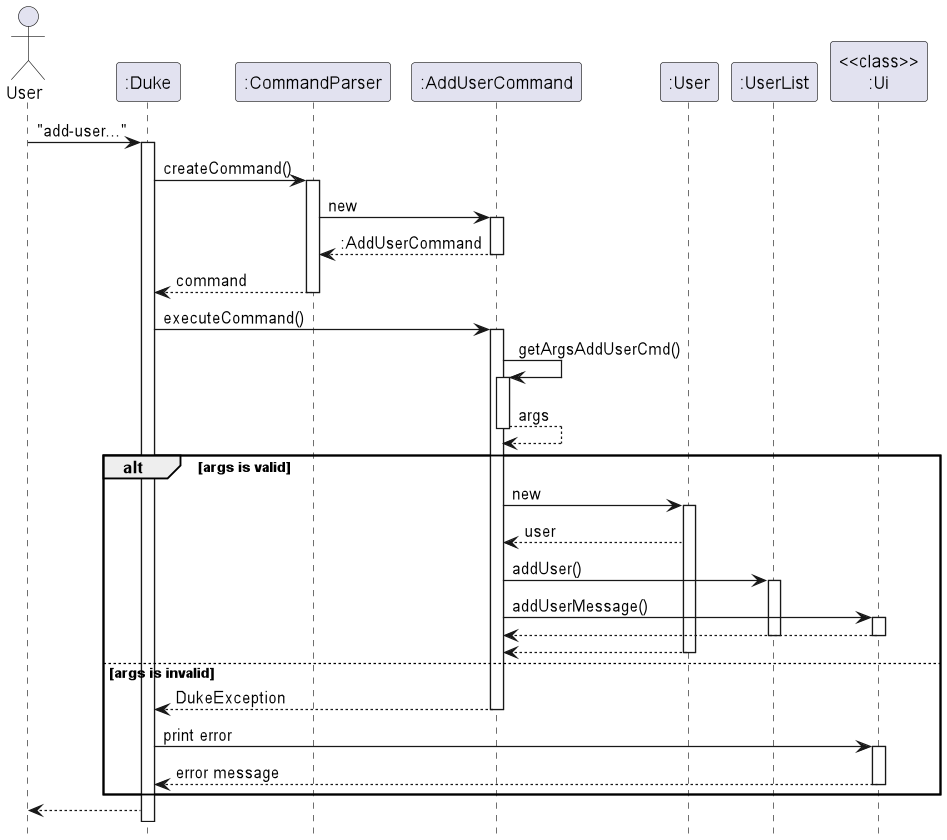
Earlier version of the PlantUML export docs/images/AddUserSequence.png (nus-cs2113-AY2223S1/tp). Its source is kept beside it as docs/diagrams/user/AddUserSequence.puml.
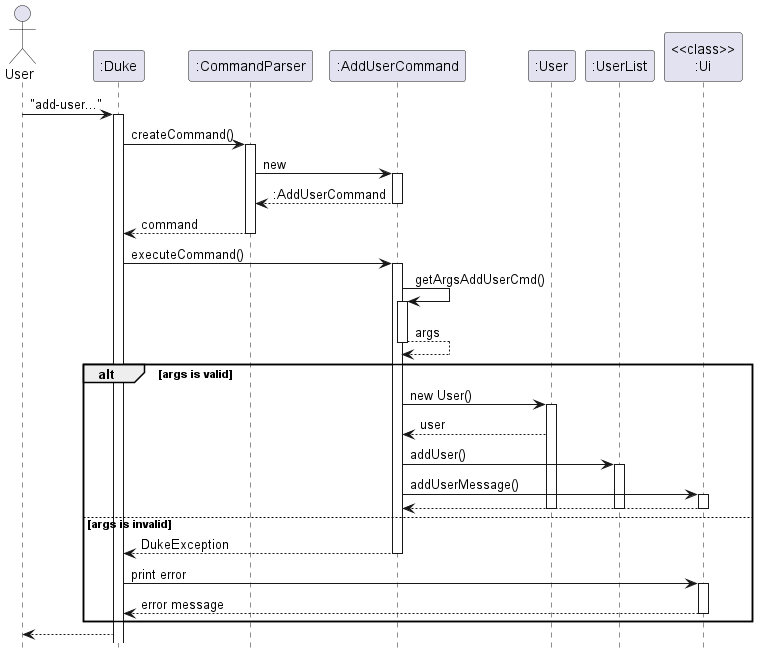
The same diagram one commit later.

Diff of the diagram source:
```diff
@@ -16,7 +16,7 @@
 activate ":AddUserCommand"
 return args
 alt args is valid
-    ":AddUserCommand" -> ":User": new
+    ":AddUserCommand" -> ":User": new User()
     activate ":User"
     ":User" --> ":AddUserCommand": user
     ":AddUserCommand" -> ":UserList": addUser()
@@ -25,7 +25,6 @@
     activate "<<class>>\n:Ui"
     return
     deactivate ":UserList"
-    return
     deactivate "<<class>>\n:Ui"
     deactivate ":User"
 else args is invalid
```
